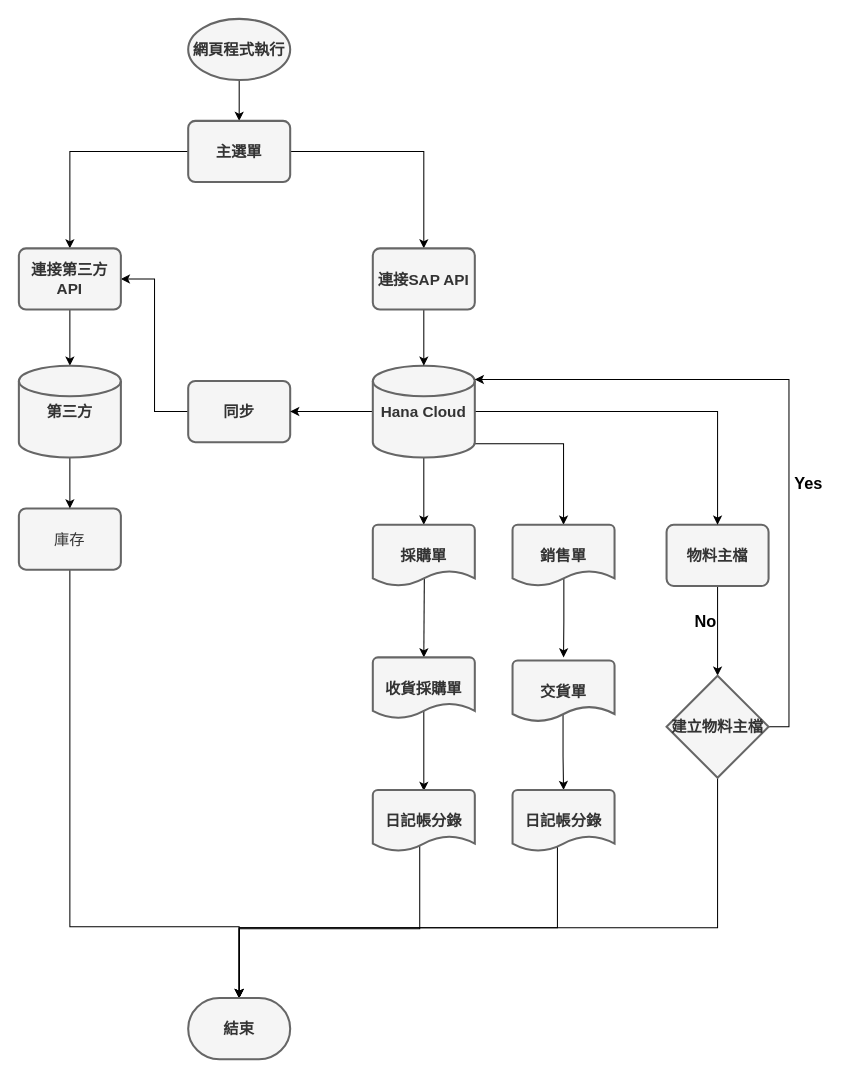
calvink11/project keeps this draw.io diagram as 專題.drawio. Above is the earlier version. Source tidied: cells renumbered, new cells numbered last; positions are measured from the earlier drawing's top-left corner, leaving out a move shared by most shapes. Both pictures are drawn from the tidied source at 102%, with x=0, y=0 at pixel (18, 18).
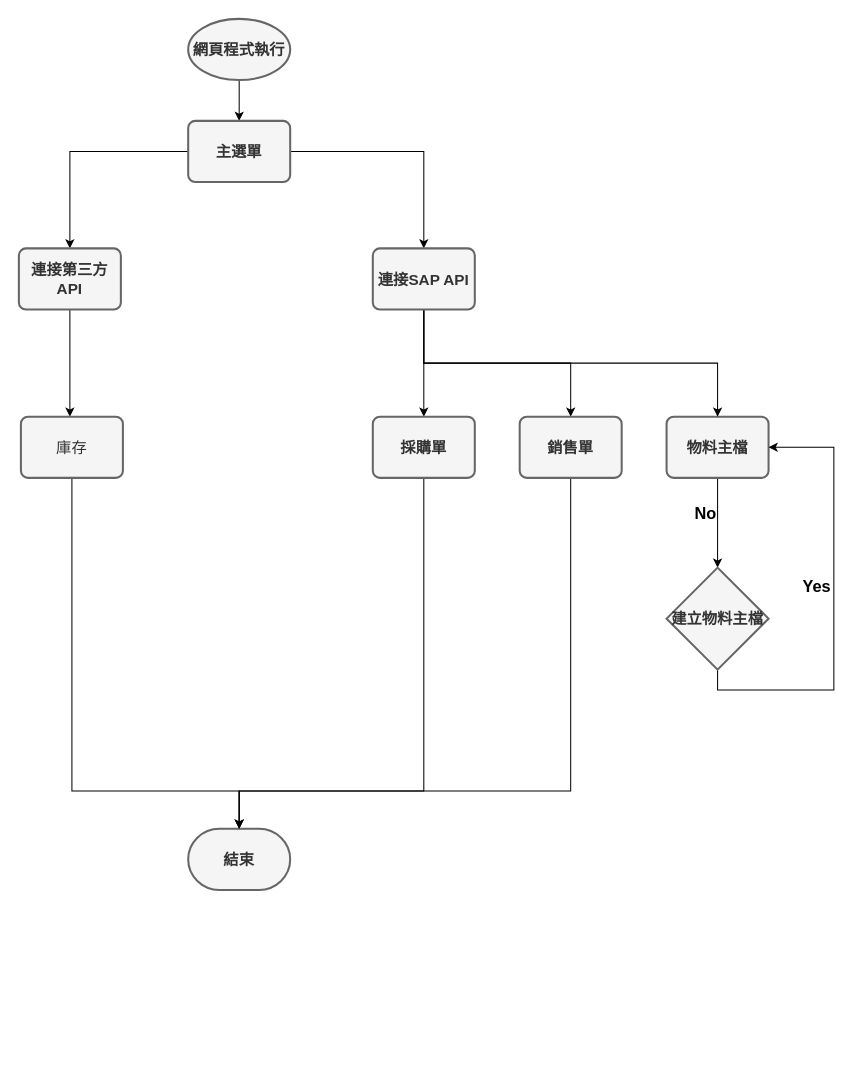
The same diagram, later.

The change refers to these unchanged cells:
```xml
<mxCell id="23" value="連接SAP API" style="rounded=1;whiteSpace=wrap;html=1;absoluteArcSize=1;arcSize=14;strokeWidth=2;fillColor=#f5f5f5;fontColor=#333333;strokeColor=#666666;fontSize=15;fontStyle=1;" parent="1" vertex="1">
  <mxGeometry x="347" y="225" width="100" height="60" as="geometry" />
</mxCell>
<mxCell id="25" value="連接第三方API" style="rounded=1;whiteSpace=wrap;html=1;absoluteArcSize=1;arcSize=14;strokeWidth=2;fillColor=#f5f5f5;fontColor=#333333;strokeColor=#666666;fontSize=15;fontStyle=1;" parent="1" vertex="1">
  <mxGeometry y="225" width="100" height="60" as="geometry" />
</mxCell>
```

Diff of the diagram source:
```diff
@@
     <mxCell id="10" value="物料主檔" style="rounded=1;whiteSpace=wrap;html=1;absoluteArcSize=1;arcSize=14;strokeWidth=2;fillColor=#f5f5f5;fontColor=#333333;strokeColor=#666666;fontStyle=1;fontSize=15;" parent="1" vertex="1">
-      <mxGeometry x="635" y="496" width="100" height="60" as="geometry" />
+      <mxGeometry x="635" y="390" width="100" height="60" as="geometry" />
     </mxCell>
-    <mxCell id="11" style="edgeStyle=orthogonalEdgeStyle;rounded=0;jettySize=auto;html=1;exitX=0.503;exitY=0.871;exitDx=0;exitDy=0;entryX=0.5;entryY=0;entryDx=0;entryDy=0;exitPerimeter=0;strokeColor=#000000;" parent="1" edge="1" source="37">
-      <mxGeometry relative="1" as="geometry">
-        <mxPoint x="534" y="626" as="targetPoint" />
-      </mxGeometry>
-    </mxCell>
-    <mxCell id="12" style="edgeStyle=orthogonalEdgeStyle;rounded=0;jettySize=auto;html=1;exitX=0.505;exitY=0.842;exitDx=0;exitDy=0;entryX=0.5;entryY=0;entryDx=0;entryDy=0;exitPerimeter=0;strokeColor=#000000;" parent="1" edge="1" source="30">
-      <mxGeometry relative="1" as="geometry">
-        <mxPoint x="397" y="626" as="targetPoint" />
-      </mxGeometry>
-    </mxCell>
-    <mxCell id="13" style="edgeStyle=orthogonalEdgeStyle;rounded=0;jettySize=auto;html=1;exitX=0;exitY=0.5;exitDx=0;exitDy=0;entryX=1;entryY=0.5;entryDx=0;entryDy=0;strokeColor=#000000;" parent="1" edge="1" source="14" target="25">
-      <mxGeometry relative="1" as="geometry" />
-    </mxCell>
-    <mxCell id="14" value="同步" style="rounded=1;whiteSpace=wrap;html=1;absoluteArcSize=1;arcSize=14;strokeWidth=2;fillColor=#f5f5f5;fontColor=#333333;strokeColor=#666666;fontSize=15;fontStyle=1;" parent="1" vertex="1">
-      <mxGeometry x="166" y="355" width="100" height="60" as="geometry" />
-    </mxCell>
-    <mxCell id="15" style="edgeStyle=orthogonalEdgeStyle;rounded=0;jettySize=auto;html=1;exitX=0.513;exitY=0.869;exitDx=0;exitDy=0;entryX=0.5;entryY=0;entryDx=0;entryDy=0;exitPerimeter=0;strokeColor=#000000;" parent="1" edge="1" source="31">
-      <mxGeometry relative="1" as="geometry">
-        <mxPoint x="397" y="757" as="targetPoint" />
-        <Array as="points">
-          <mxPoint x="397" y="678" />
-        </Array>
-      </mxGeometry>
-    </mxCell>
-    <mxCell id="16" style="edgeStyle=orthogonalEdgeStyle;rounded=0;jettySize=auto;html=1;exitX=0.495;exitY=0.85;exitDx=0;exitDy=0;entryX=0.5;entryY=0;entryDx=0;entryDy=0;exitPerimeter=0;strokeColor=#000000;" parent="1" edge="1" source="36">
-      <mxGeometry relative="1" as="geometry">
-        <mxPoint x="534" y="756" as="targetPoint" />
-        <Array as="points">
-          <mxPoint x="534" y="723" />
-          <mxPoint x="534" y="723" />
-        </Array>
-      </mxGeometry>
-    </mxCell>
-    <mxCell id="17" style="edgeStyle=orthogonalEdgeStyle;rounded=0;jettySize=auto;html=1;exitX=0.5;exitY=1;exitDx=0;exitDy=0;exitPerimeter=0;strokeColor=#000000;" parent="1" edge="1" source="21" target="30">
-      <mxGeometry relative="1" as="geometry" />
-    </mxCell>
-    <mxCell id="18" style="edgeStyle=orthogonalEdgeStyle;rounded=0;jettySize=auto;html=1;exitX=1;exitY=0.85;exitDx=0;exitDy=0;exitPerimeter=0;strokeColor=#000000;" parent="1" edge="1" source="21" target="37">
-      <mxGeometry relative="1" as="geometry" />
-    </mxCell>
-    <mxCell id="19" style="edgeStyle=orthogonalEdgeStyle;rounded=0;jettySize=auto;html=1;exitX=1;exitY=0.5;exitDx=0;exitDy=0;exitPerimeter=0;strokeColor=#000000;" parent="1" edge="1" source="21" target="10">
-      <mxGeometry relative="1" as="geometry" />
-    </mxCell>
-    <mxCell id="20" style="edgeStyle=orthogonalEdgeStyle;rounded=0;jettySize=auto;html=1;exitX=0;exitY=0.5;exitDx=0;exitDy=0;exitPerimeter=0;entryX=1;entryY=0.5;entryDx=0;entryDy=0;strokeColor=#000000;" parent="1" edge="1" source="21" target="14">
-      <mxGeometry relative="1" as="geometry" />
-    </mxCell>
-    <mxCell id="21" value="Hana Cloud" style="strokeWidth=2;html=1;shape=mxgraph.flowchart.database;whiteSpace=wrap;fillColor=#f5f5f5;fontColor=#333333;strokeColor=#666666;fontSize=15;fontStyle=1;" parent="1" vertex="1">
-      <mxGeometry x="347" y="340" width="100" height="90" as="geometry" />
-    </mxCell>
-    <mxCell id="22" style="edgeStyle=orthogonalEdgeStyle;rounded=0;jettySize=auto;html=1;exitX=0.5;exitY=1;exitDx=0;exitDy=0;entryX=0.5;entryY=0;entryDx=0;entryDy=0;entryPerimeter=0;strokeColor=#000000;" parent="1" edge="1" source="23" target="21">
-      <mxGeometry relative="1" as="geometry" />
-    </mxCell>
+    <mxCell id="43" style="edgeStyle=orthogonalEdgeStyle;rounded=0;jettySize=auto;html=1;exitX=0.5;exitY=1;exitDx=0;exitDy=0;entryX=0.5;entryY=0;entryDx=0;entryDy=0;strokeColor=#000000;" parent="1" edge="1" source="23" target="10">
+      <mxGeometry relative="1" as="geometry" />
+    </mxCell>
+    <mxCell id="44" style="edgeStyle=orthogonalEdgeStyle;rounded=0;jettySize=auto;html=1;exitX=0.5;exitY=1;exitDx=0;exitDy=0;entryX=0.5;entryY=0;entryDx=0;entryDy=0;strokeColor=#000000;" parent="1" edge="1" source="23" target="30">
+      <mxGeometry relative="1" as="geometry" />
+    </mxCell>
+    <mxCell id="45" style="edgeStyle=orthogonalEdgeStyle;rounded=0;jettySize=auto;html=1;exitX=0.5;exitY=1;exitDx=0;exitDy=0;entryX=0.5;entryY=0;entryDx=0;entryDy=0;strokeColor=#000000;" parent="1" edge="1" source="23" target="37">
+      <mxGeometry relative="1" as="geometry" />
+    </mxCell>
@@
-    <mxCell id="24" style="edgeStyle=orthogonalEdgeStyle;rounded=0;jettySize=auto;html=1;exitX=0.5;exitY=1;exitDx=0;exitDy=0;strokeColor=#000000;" parent="1" edge="1" source="25" target="41">
-      <mxGeometry relative="1" as="geometry" />
-    </mxCell>
+    <mxCell id="46" style="edgeStyle=orthogonalEdgeStyle;rounded=0;jettySize=auto;html=1;exitX=0.5;exitY=1;exitDx=0;exitDy=0;strokeColor=#000000;entryX=0.48;entryY=0;entryDx=0;entryDy=0;entryPerimeter=0;" parent="1" edge="1" source="25" target="39">
+      <mxGeometry relative="1" as="geometry" />
+    </mxCell>
@@
-    <mxCell id="26" style="edgeStyle=orthogonalEdgeStyle;rounded=0;jettySize=auto;html=1;exitX=1;exitY=0.5;exitDx=0;exitDy=0;exitPerimeter=0;entryX=1;entryY=0.15;entryDx=0;entryDy=0;entryPerimeter=0;strokeColor=#000000;" parent="1" edge="1" source="29" target="21">
-      <mxGeometry relative="1" as="geometry" />
-    </mxCell>
-    <mxCell id="27" value="Yes" style="edgeLabel;html=1;align=center;verticalAlign=middle;labelBackgroundColor=none;fontColor=#000000;fontSize=16;fontStyle=1;" parent="26" vertex="1">
-      <mxGeometry x="0.09" y="-8" relative="1" as="geometry">
-        <mxPoint x="22" y="109" as="offset" />
-      </mxGeometry>
-    </mxCell>
-    <mxCell id="28" style="edgeStyle=orthogonalEdgeStyle;rounded=0;jettySize=auto;html=1;exitX=0.5;exitY=1;exitDx=0;exitDy=0;exitPerimeter=0;entryX=0.5;entryY=0;entryDx=0;entryDy=0;entryPerimeter=0;strokeColor=#000000;fontSize=15;fontColor=#000000;" parent="1" edge="1" source="29" target="42">
-      <mxGeometry relative="1" as="geometry">
-        <Array as="points">
-          <mxPoint x="685" y="891" />
-          <mxPoint x="216" y="891" />
-        </Array>
-      </mxGeometry>
-    </mxCell>
+    <mxCell id="47" style="edgeStyle=orthogonalEdgeStyle;rounded=0;jettySize=auto;html=1;exitX=0.5;exitY=1;exitDx=0;exitDy=0;exitPerimeter=0;strokeColor=#000000;entryX=1;entryY=0.5;entryDx=0;entryDy=0;" parent="1" edge="1" source="29" target="10">
+      <mxGeometry relative="1" as="geometry">
+        <Array as="points">
+          <mxPoint x="685" y="658" />
+          <mxPoint x="799" y="658" />
+          <mxPoint x="799" y="420" />
+        </Array>
+      </mxGeometry>
+    </mxCell>
     <mxCell id="29" value="建立物料主檔" style="strokeWidth=2;html=1;shape=mxgraph.flowchart.decision;whiteSpace=wrap;fillColor=#f5f5f5;fontColor=#333333;strokeColor=#666666;fontStyle=1;fontSize=15;" parent="1" vertex="1">
-      <mxGeometry x="635" y="644" width="100" height="100" as="geometry" />
+      <mxGeometry x="635" y="538" width="100" height="100" as="geometry" />
     </mxCell>
-    <mxCell id="30" value="採購單" style="strokeWidth=2;html=1;shape=mxgraph.flowchart.document2;whiteSpace=wrap;size=0.25;fillColor=#f5f5f5;fontColor=#333333;strokeColor=#666666;fontStyle=1;fontSize=15;" parent="1" vertex="1">
-      <mxGeometry x="347" y="496" width="100" height="60" as="geometry" />
-    </mxCell>
-    <mxCell id="31" value="收貨採購單" style="strokeWidth=2;html=1;shape=mxgraph.flowchart.document2;whiteSpace=wrap;size=0.25;fillColor=#f5f5f5;fontColor=#333333;strokeColor=#666666;fontStyle=1;fontSize=15;" parent="1" vertex="1">
-      <mxGeometry x="347" y="626" width="100" height="60" as="geometry" />
-    </mxCell>
-    <mxCell id="32" style="edgeStyle=orthogonalEdgeStyle;rounded=0;jettySize=auto;html=1;exitX=0;exitY=0.5;exitDx=0;exitDy=0;exitPerimeter=0;entryX=0.5;entryY=0;entryDx=0;entryDy=0;entryPerimeter=0;strokeColor=#000000;fontSize=15;fontColor=#000000;" parent="1" edge="1" source="33" target="42">
-      <mxGeometry relative="1" as="geometry">
-        <Array as="points">
-          <mxPoint x="393" y="786" />
-          <mxPoint x="393" y="892" />
-          <mxPoint x="216" y="892" />
-        </Array>
-      </mxGeometry>
-    </mxCell>
-    <mxCell id="33" value="日記帳分錄" style="strokeWidth=2;html=1;shape=mxgraph.flowchart.document2;whiteSpace=wrap;size=0.25;fillColor=#f5f5f5;fontColor=#333333;strokeColor=#666666;fontStyle=1;fontSize=15;" parent="1" vertex="1">
-      <mxGeometry x="347" y="756" width="100" height="60" as="geometry" />
-    </mxCell>
-    <mxCell id="34" style="edgeStyle=orthogonalEdgeStyle;rounded=0;jettySize=auto;html=1;exitX=0;exitY=0.5;exitDx=0;exitDy=0;exitPerimeter=0;entryX=0.5;entryY=0;entryDx=0;entryDy=0;entryPerimeter=0;strokeColor=#000000;fontSize=15;fontColor=#000000;" parent="1" edge="1" source="35" target="42">
-      <mxGeometry relative="1" as="geometry">
-        <Array as="points">
-          <mxPoint x="528" y="786" />
-          <mxPoint x="528" y="891" />
-          <mxPoint x="216" y="891" />
-        </Array>
-      </mxGeometry>
-    </mxCell>
-    <mxCell id="35" value="日記帳分錄" style="strokeWidth=2;html=1;shape=mxgraph.flowchart.document2;whiteSpace=wrap;size=0.25;fillColor=#f5f5f5;fontColor=#333333;strokeColor=#666666;fontStyle=1;fontSize=15;" parent="1" vertex="1">
-      <mxGeometry x="484" y="756" width="100" height="60" as="geometry" />
-    </mxCell>
-    <mxCell id="36" value="交貨單" style="strokeWidth=2;html=1;shape=mxgraph.flowchart.document2;whiteSpace=wrap;size=0.25;fillColor=#f5f5f5;fontColor=#333333;strokeColor=#666666;fontStyle=1;fontSize=15;" parent="1" vertex="1">
-      <mxGeometry x="484" y="629" width="100" height="60" as="geometry" />
-    </mxCell>
-    <mxCell id="37" value="銷售單" style="strokeWidth=2;html=1;shape=mxgraph.flowchart.document2;whiteSpace=wrap;size=0.25;fillColor=#f5f5f5;fontColor=#333333;strokeColor=#666666;fontStyle=1;fontSize=15;" parent="1" vertex="1">
-      <mxGeometry x="484" y="496" width="100" height="60" as="geometry" />
-    </mxCell>
     <mxCell id="38" style="edgeStyle=orthogonalEdgeStyle;rounded=0;jettySize=auto;html=1;exitX=0.5;exitY=1;exitDx=0;exitDy=0;entryX=0.5;entryY=0;entryDx=0;entryDy=0;entryPerimeter=0;strokeColor=#000000;" parent="1" edge="1" source="39" target="42">
       <mxGeometry relative="1" as="geometry">
         <Array as="points">
-          <mxPoint x="50" y="890" />
-          <mxPoint x="216" y="890" />
+          <mxPoint x="52" y="757" />
+          <mxPoint x="216" y="757" />
         </Array>
       </mxGeometry>
     </mxCell>
     <mxCell id="39" value="庫存" style="rounded=1;whiteSpace=wrap;html=1;absoluteArcSize=1;arcSize=14;strokeWidth=2;fillColor=#f5f5f5;fontColor=#333333;strokeColor=#666666;fontSize=15;" parent="1" vertex="1">
-      <mxGeometry y="480" width="100" height="60" as="geometry" />
+      <mxGeometry x="2" y="390" width="100" height="60" as="geometry" />
     </mxCell>
-    <mxCell id="40" style="edgeStyle=orthogonalEdgeStyle;rounded=0;jettySize=auto;html=1;exitX=0.5;exitY=1;exitDx=0;exitDy=0;exitPerimeter=0;strokeColor=#000000;" parent="1" edge="1" source="41" target="39">
-      <mxGeometry relative="1" as="geometry" />
-    </mxCell>
-    <mxCell id="41" value="第三方" style="strokeWidth=2;html=1;shape=mxgraph.flowchart.database;whiteSpace=wrap;fillColor=#f5f5f5;fontColor=#333333;strokeColor=#666666;fontSize=15;fontStyle=1;" parent="1" vertex="1">
-      <mxGeometry y="340" width="100" height="90" as="geometry" />
-    </mxCell>
     <mxCell id="42" value="結束" style="strokeWidth=2;html=1;shape=mxgraph.flowchart.terminator;whiteSpace=wrap;fillColor=#f5f5f5;fontColor=#333333;strokeColor=#666666;fontStyle=1;fontSize=15;" parent="1" vertex="1">
-      <mxGeometry x="166" y="960" width="100" height="60" as="geometry" />
+      <mxGeometry x="166" y="794" width="100" height="60" as="geometry" />
     </mxCell>
+    <mxCell id="27" value="Yes" style="edgeLabel;html=1;align=center;verticalAlign=middle;labelBackgroundColor=none;fontColor=#000000;fontSize=16;fontStyle=1;" parent="1" vertex="1">
+      <mxGeometry x="791" y="555" as="geometry">
+        <mxPoint x="-10" as="offset" />
+      </mxGeometry>
+    </mxCell>
+    <mxCell id="48" style="edgeStyle=orthogonalEdgeStyle;rounded=0;jettySize=auto;html=1;exitX=0.5;exitY=1;exitDx=0;exitDy=0;entryX=0.5;entryY=0;entryDx=0;entryDy=0;entryPerimeter=0;strokeColor=#000000;" parent="1" edge="1" source="37" target="42">
+      <mxGeometry relative="1" as="geometry">
+        <Array as="points">
+          <mxPoint x="541" y="757" />
+          <mxPoint x="216" y="757" />
+        </Array>
+      </mxGeometry>
+    </mxCell>
+    <mxCell id="37" value="銷售單" style="rounded=1;whiteSpace=wrap;html=1;absoluteArcSize=1;arcSize=14;strokeWidth=2;fillColor=#f5f5f5;fontColor=#333333;strokeColor=#666666;fontStyle=1;fontSize=15;" parent="1" vertex="1">
+      <mxGeometry x="491" y="390" width="100" height="60" as="geometry" />
+    </mxCell>
+    <mxCell id="49" style="edgeStyle=orthogonalEdgeStyle;rounded=0;jettySize=auto;html=1;exitX=0.5;exitY=1;exitDx=0;exitDy=0;strokeColor=#000000;entryX=0.5;entryY=0;entryDx=0;entryDy=0;entryPerimeter=0;" parent="1" edge="1" source="30" target="42">
+      <mxGeometry relative="1" as="geometry">
+        <Array as="points">
+          <mxPoint x="397" y="757" />
+          <mxPoint x="216" y="757" />
+        </Array>
+      </mxGeometry>
+    </mxCell>
+    <mxCell id="30" value="採購單" style="rounded=1;whiteSpace=wrap;html=1;absoluteArcSize=1;arcSize=14;strokeWidth=2;fillColor=#f5f5f5;fontColor=#333333;strokeColor=#666666;fontStyle=1;fontSize=15;" parent="1" vertex="1">
+      <mxGeometry x="347" y="390" width="100" height="60" as="geometry" />
+    </mxCell>
```
